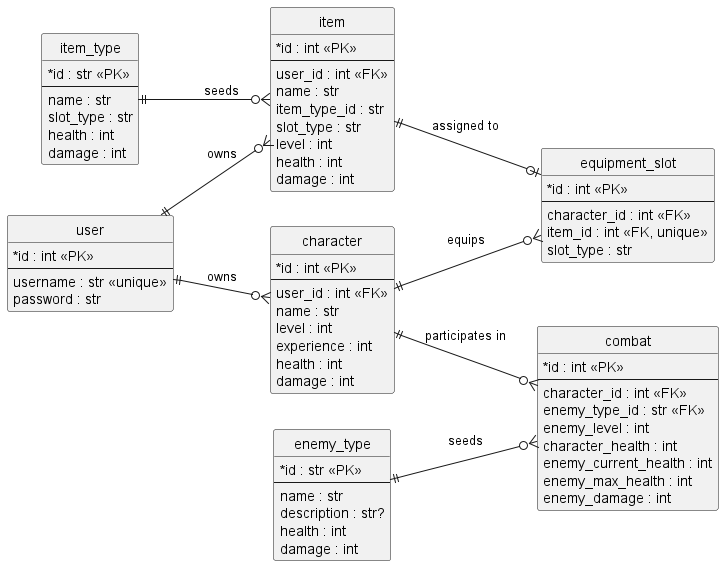
Before: docs/database-schema.png, a diagram exported from PlantUML (cyborgwalrus/dungeons-and-databases).
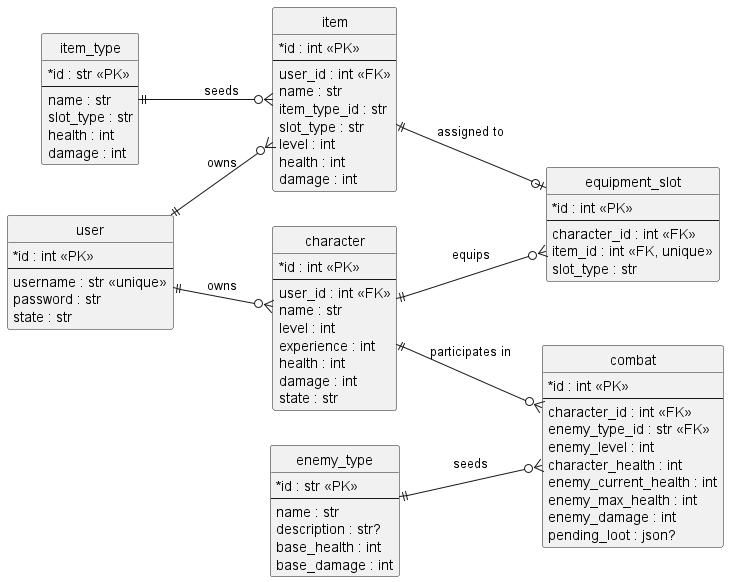
After the commit.

Change to the diagram source:
```diff
@@ -21,8 +21,8 @@
   --
   name : str
   description : str?
-  health : int
-  damage : int
+  base_health : int
+  base_damage : int
 }
 
 entity "user" as user {
@@ -30,6 +30,7 @@
   --
   username : str <<unique>>
   password : str
+  state : str
 }
 
 entity "character" as character {
@@ -41,6 +42,7 @@
   experience : int
   health : int
   damage : int
+  state : str
 }
 
 entity "item" as item {
@@ -73,6 +75,7 @@
   enemy_current_health : int
   enemy_max_health : int
   enemy_damage : int
+  pending_loot : json?
 }
 
 user ||--o{ character : owns
```
